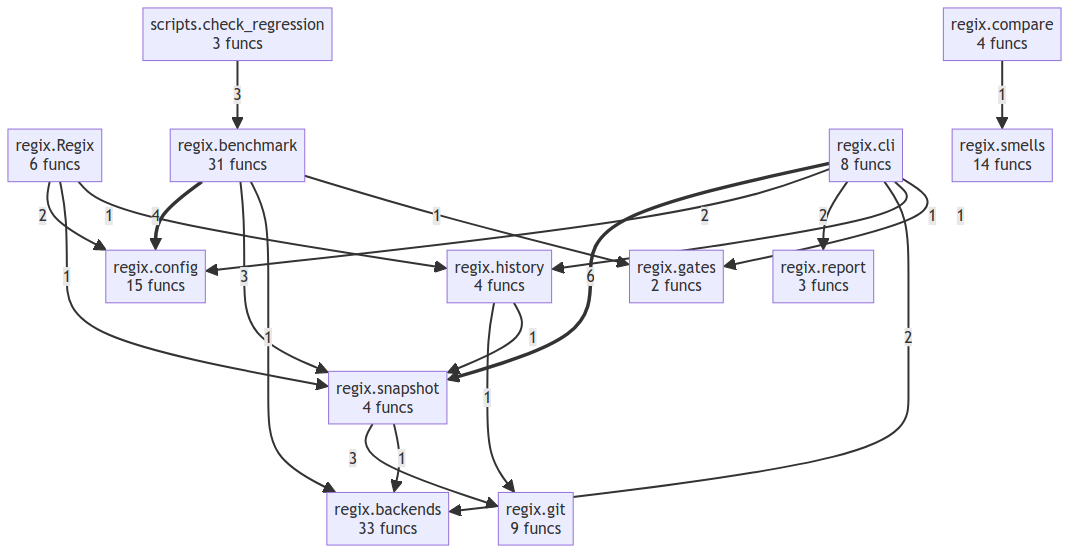
semcod/regix keeps this Mermaid diagram as project/compact_flow.png. Above is the earlier version. Its source is kept beside it as project/compact_flow.mmd. Its diagram source:
```mermaid
flowchart TD
    regix__Regix["regix.Regix<br/>6 funcs"]
    regix__backends["regix.backends<br/>33 funcs"]
    regix__benchmark["regix.benchmark<br/>31 funcs"]
    regix__cli["regix.cli<br/>8 funcs"]
    regix__compare["regix.compare<br/>4 funcs"]
    regix__config["regix.config<br/>24 funcs"]
    regix__gates["regix.gates<br/>2 funcs"]
    regix__git["regix.git<br/>9 funcs"]
    regix__history["regix.history<br/>4 funcs"]
    regix__report["regix.report<br/>3 funcs"]
    regix__smells["regix.smells<br/>14 funcs"]
    regix__snapshot["regix.snapshot<br/>4 funcs"]
    scripts__check_regression["scripts.check_regression<br/>3 funcs"]
    regix__cli ==>|6| regix__snapshot
    regix__benchmark ==>|4| regix__config
    scripts__check_regression -->|3| regix__benchmark
    regix__snapshot -->|3| regix__git
    regix__benchmark -->|3| regix__snapshot
    regix__cli -->|2| regix__config
    regix__cli -->|2| regix__report
    regix__cli -->|2| regix__backends
    regix__Regix -->|2| regix__config
    regix__compare -->|1| regix__smells
    regix__cli -->|1| regix__history
    regix__cli -->|1| regix__gates
    regix__history -->|1| regix__git
    regix__history -->|1| regix__snapshot
    regix__Regix -->|1| regix__snapshot
    regix__Regix -->|1| regix__history
    regix__snapshot -->|1| regix__backends
    regix__benchmark -->|1| regix__backends
    regix__benchmark -->|1| regix__gates
```
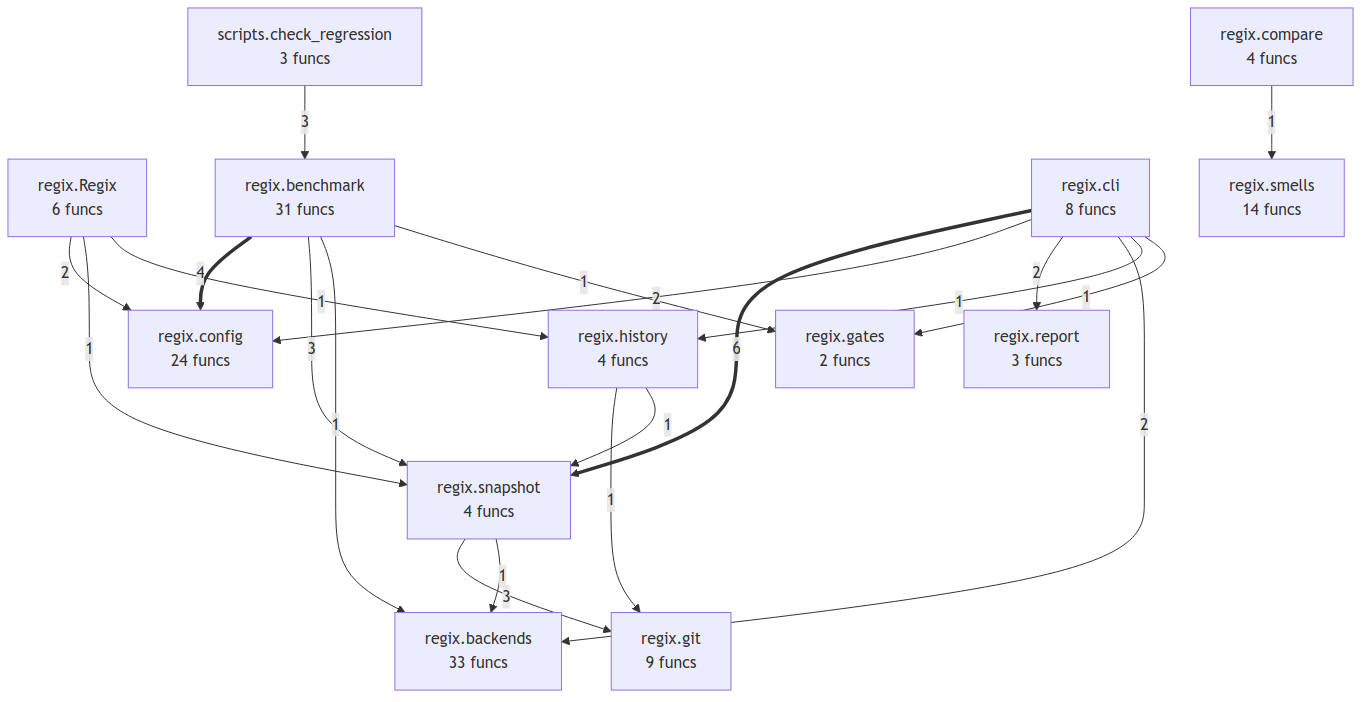
Above is the later version.

Diff of the diagram source:
```diff
@@ -17,17 +17,17 @@
     scripts__check_regression -->|3| regix__benchmark
     regix__snapshot -->|3| regix__git
     regix__benchmark -->|3| regix__snapshot
+    regix__Regix -->|2| regix__config
     regix__cli -->|2| regix__config
     regix__cli -->|2| regix__report
     regix__cli -->|2| regix__backends
-    regix__Regix -->|2| regix__config
     regix__compare -->|1| regix__smells
-    regix__cli -->|1| regix__history
-    regix__cli -->|1| regix__gates
     regix__history -->|1| regix__git
     regix__history -->|1| regix__snapshot
     regix__Regix -->|1| regix__snapshot
     regix__Regix -->|1| regix__history
+    regix__cli -->|1| regix__history
+    regix__cli -->|1| regix__gates
     regix__snapshot -->|1| regix__backends
     regix__benchmark -->|1| regix__backends
     regix__benchmark -->|1| regix__gates
```
